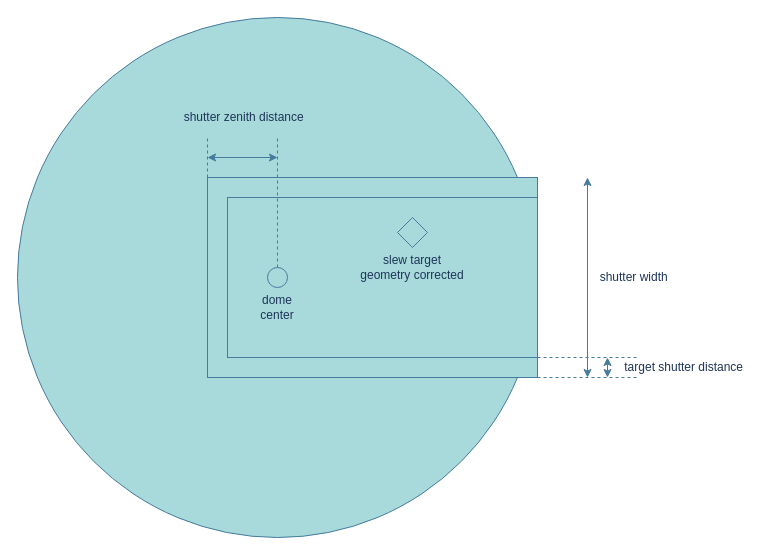
Earlier version of the draw.io diagram doc/config/dome/image/dome_math_1.drawio (mworion/MountWizzard4). Source tidied: cells renumbered, new cells numbered last; positions are measured from the earlier drawing's top-left corner, leaving out a move shared by most shapes. Both pictures are drawn from the tidied source at 100%, with x=0, y=0 at pixel (17, 17).
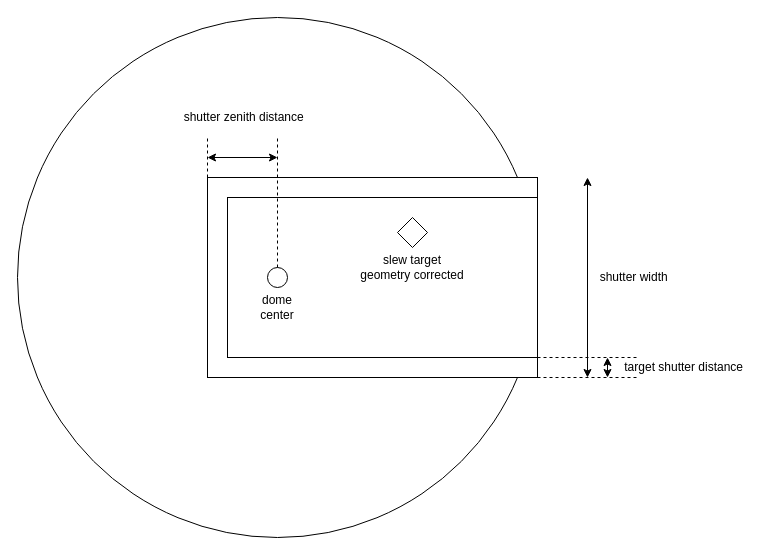
Above is the later version.

Diff of the diagram source:
```diff
@@
-    <mxCell id="2" style="ellipse;whiteSpace=wrap;html=1;labelBackgroundColor=none;fillColor=#A8DADC;strokeColor=#457B9D;fontColor=#1D3557;" parent="1" vertex="1">
+    <mxCell id="2" style="ellipse;whiteSpace=wrap;html=1;labelBackgroundColor=none;" parent="1" vertex="1">
       <mxGeometry width="520" height="520" as="geometry" />
     </mxCell>
-    <mxCell id="3" style="rounded=0;whiteSpace=wrap;html=1;fillColor=#A8DADC;labelBackgroundColor=none;strokeColor=#457B9D;fontColor=#1D3557;" parent="1" vertex="1">
+    <mxCell id="3" style="rounded=0;whiteSpace=wrap;html=1;labelBackgroundColor=none;" parent="1" vertex="1">
       <mxGeometry x="190" y="160" width="330" height="200" as="geometry" />
     </mxCell>
-    <mxCell id="4" style="rounded=0;whiteSpace=wrap;html=1;labelBackgroundColor=none;fillColor=#A8DADC;strokeColor=#457B9D;fontColor=#1D3557;" parent="1" vertex="1">
+    <mxCell id="4" style="rounded=0;whiteSpace=wrap;html=1;labelBackgroundColor=none;" parent="1" vertex="1">
       <mxGeometry x="210" y="180" width="310" height="160" as="geometry" />
     </mxCell>
-    <mxCell id="5" style="ellipse;whiteSpace=wrap;html=1;fillColor=#A8DADC;strokeColor=#457B9D;fontColor=#1D3557;labelBackgroundColor=none;" parent="1" vertex="1">
+    <mxCell id="5" style="ellipse;whiteSpace=wrap;html=1;labelBackgroundColor=none;" parent="1" vertex="1">
       <mxGeometry x="250" y="250" width="20" height="20" as="geometry" />
     </mxCell>
-    <mxCell id="6" style="rhombus;whiteSpace=wrap;html=1;fillColor=#A8DADC;labelBackgroundColor=none;strokeColor=#457B9D;fontColor=#1D3557;" parent="1" vertex="1">
+    <mxCell id="6" style="rhombus;whiteSpace=wrap;html=1;labelBackgroundColor=none;" parent="1" vertex="1">
       <mxGeometry x="380" y="200" width="30" height="30" as="geometry" />
     </mxCell>
-    <mxCell id="7" style="endArrow=classic;startArrow=classic;html=1;labelBackgroundColor=none;strokeColor=#457B9D;fontColor=default;" parent="1" edge="1">
+    <mxCell id="7" style="endArrow=classic;startArrow=classic;html=1;labelBackgroundColor=none;fontColor=default;" parent="1" edge="1">
       <mxGeometry relative="1" as="geometry">
         <mxPoint x="570" y="360" as="sourcePoint" />
         <mxPoint x="570" y="160" as="targetPoint" />
       </mxGeometry>
     </mxCell>
-    <mxCell id="8" style="endArrow=none;dashed=1;html=1;strokeColor=#457B9D;labelBackgroundColor=none;fontColor=default;" parent="1" edge="1">
+    <mxCell id="8" style="endArrow=none;dashed=1;html=1;labelBackgroundColor=none;fontColor=default;" parent="1" edge="1">
       <mxGeometry relative="1" as="geometry">
         <mxPoint x="260" y="250" as="sourcePoint" />
         <mxPoint x="260" y="120" as="targetPoint" />
       </mxGeometry>
     </mxCell>
-    <mxCell id="9" style="endArrow=none;dashed=1;html=1;strokeColor=#457B9D;labelBackgroundColor=none;fontColor=default;" parent="1" edge="1">
+    <mxCell id="9" style="endArrow=none;dashed=1;html=1;labelBackgroundColor=none;fontColor=default;" parent="1" edge="1">
       <mxGeometry relative="1" as="geometry">
         <mxPoint x="190" y="250" as="sourcePoint" />
         <mxPoint x="190" y="120" as="targetPoint" />
       </mxGeometry>
     </mxCell>
-    <mxCell id="10" style="endArrow=none;dashed=1;html=1;strokeColor=#457B9D;labelBackgroundColor=none;fontColor=default;" parent="1" edge="1">
+    <mxCell id="10" style="endArrow=none;dashed=1;html=1;labelBackgroundColor=none;fontColor=default;" parent="1" edge="1">
       <mxGeometry relative="1" as="geometry">
         <mxPoint x="520" y="340" as="sourcePoint" />
         <mxPoint x="620" y="340" as="targetPoint" />
       </mxGeometry>
     </mxCell>
-    <mxCell id="11" style="endArrow=none;dashed=1;html=1;strokeColor=#457B9D;labelBackgroundColor=none;fontColor=default;" parent="1" edge="1">
+    <mxCell id="11" style="endArrow=none;dashed=1;html=1;labelBackgroundColor=none;fontColor=default;" parent="1" edge="1">
       <mxGeometry relative="1" as="geometry">
         <mxPoint x="520" y="360" as="sourcePoint" />
         <mxPoint x="620" y="360" as="targetPoint" />
       </mxGeometry>
     </mxCell>
-    <mxCell id="12" value="&amp;nbsp;target shutter distance" style="text;html=1;strokeColor=none;fillColor=none;align=center;verticalAlign=middle;whiteSpace=wrap;rounded=0;labelBackgroundColor=none;fontColor=#1D3557;" parent="1" vertex="1">
+    <mxCell id="12" value="&amp;nbsp;target shutter distance" style="text;html=1;strokeColor=none;fillColor=none;align=center;verticalAlign=middle;whiteSpace=wrap;rounded=0;labelBackgroundColor=none;" parent="1" vertex="1">
       <mxGeometry x="590" y="340" width="150" height="20" as="geometry" />
     </mxCell>
-    <mxCell id="13" value="&amp;nbsp;shutter width" style="text;html=1;strokeColor=none;fillColor=none;align=center;verticalAlign=middle;whiteSpace=wrap;rounded=0;labelBackgroundColor=none;fontColor=#1D3557;" parent="1" vertex="1">
+    <mxCell id="13" value="&amp;nbsp;shutter width" style="text;html=1;strokeColor=none;fillColor=none;align=center;verticalAlign=middle;whiteSpace=wrap;rounded=0;labelBackgroundColor=none;" parent="1" vertex="1">
       <mxGeometry x="540" y="250" width="150" height="20" as="geometry" />
     </mxCell>
-    <mxCell id="14" value="&amp;nbsp;shutter zenith distance" style="text;html=1;strokeColor=none;fillColor=none;align=center;verticalAlign=middle;whiteSpace=wrap;rounded=0;labelBackgroundColor=none;fontColor=#1D3557;" parent="1" vertex="1">
+    <mxCell id="14" value="&amp;nbsp;shutter zenith distance" style="text;html=1;strokeColor=none;fillColor=none;align=center;verticalAlign=middle;whiteSpace=wrap;rounded=0;labelBackgroundColor=none;" parent="1" vertex="1">
       <mxGeometry x="150" y="90" width="150" height="20" as="geometry" />
     </mxCell>
-    <mxCell id="15" style="endArrow=classic;startArrow=classic;html=1;labelBackgroundColor=none;strokeColor=#457B9D;fontColor=default;" parent="1" edge="1">
+    <mxCell id="15" style="endArrow=classic;startArrow=classic;html=1;labelBackgroundColor=none;fontColor=default;" parent="1" edge="1">
       <mxGeometry relative="1" as="geometry">
         <mxPoint x="190" y="140" as="sourcePoint" />
         <mxPoint x="260" y="140" as="targetPoint" />
       </mxGeometry>
     </mxCell>
-    <mxCell id="16" style="endArrow=classic;startArrow=classic;html=1;exitX=0;exitY=1;exitDx=0;exitDy=0;labelBackgroundColor=none;strokeColor=#457B9D;fontColor=default;" parent="1" edge="1" source="12">
+    <mxCell id="16" style="endArrow=classic;startArrow=classic;html=1;exitX=0;exitY=1;exitDx=0;exitDy=0;labelBackgroundColor=none;fontColor=default;" parent="1" edge="1" source="12">
       <mxGeometry relative="1" as="geometry">
         <mxPoint x="590" y="340" as="targetPoint" />
       </mxGeometry>
     </mxCell>
-    <mxCell id="17" value="slew target&lt;br&gt;geometry corrected" style="text;html=1;strokeColor=none;fillColor=none;align=center;verticalAlign=middle;whiteSpace=wrap;rounded=0;labelBackgroundColor=none;fontColor=#1D3557;" parent="1" vertex="1">
+    <mxCell id="17" value="slew target&lt;br&gt;geometry corrected" style="text;html=1;strokeColor=none;fillColor=none;align=center;verticalAlign=middle;whiteSpace=wrap;rounded=0;labelBackgroundColor=none;" parent="1" vertex="1">
       <mxGeometry x="320" y="240" width="150" height="20" as="geometry" />
     </mxCell>
-    <mxCell id="18" value="dome&lt;br&gt;center" style="text;html=1;strokeColor=none;fillColor=none;align=center;verticalAlign=middle;whiteSpace=wrap;rounded=0;labelBackgroundColor=none;fontColor=#1D3557;" parent="1" vertex="1">
+    <mxCell id="18" value="dome&lt;br&gt;center" style="text;html=1;strokeColor=none;fillColor=none;align=center;verticalAlign=middle;whiteSpace=wrap;rounded=0;labelBackgroundColor=none;" parent="1" vertex="1">
       <mxGeometry x="185" y="280" width="150" height="20" as="geometry" />
     </mxCell>
```
